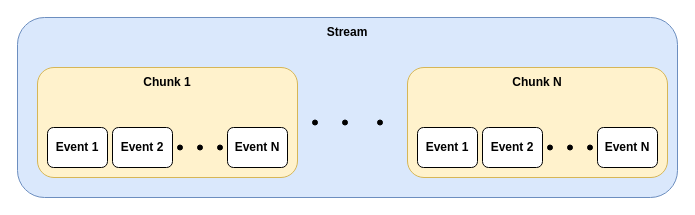
Above: images/event-chunk-stream.drawio in s4rd3d/diplomaterv (draw.io), before the change. Source tidied: cells renumbered, new cells numbered last; positions are measured from the earlier drawing's top-left corner, leaving out a move shared by most shapes. Both pictures are drawn from the tidied source at 100%, with x=0, y=0 at pixel (17, 17).
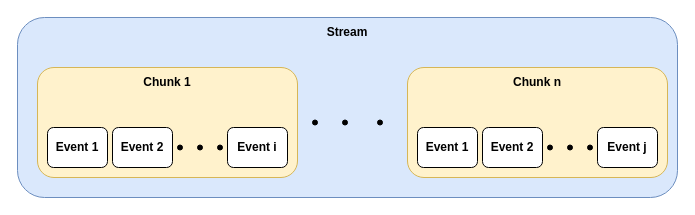
After the change.

The edit, as a diff of the source:
```diff
@@
-    <mxCell id="7" value="&lt;b&gt;Event N&lt;/b&gt;" style="rounded=1;whiteSpace=wrap;html=1;" parent="1" vertex="1">
+    <mxCell id="7" value="&lt;b&gt;Event i&lt;/b&gt;" style="rounded=1;whiteSpace=wrap;html=1;" parent="1" vertex="1">
       <mxGeometry x="210" y="110" width="60" height="40" as="geometry" />
     </mxCell>
@@
-    <mxCell id="15" value="&lt;b&gt;Event N&lt;/b&gt;" style="rounded=1;whiteSpace=wrap;html=1;" parent="1" vertex="1">
+    <mxCell id="15" value="&lt;b&gt;Event j&lt;/b&gt;" style="rounded=1;whiteSpace=wrap;html=1;" parent="1" vertex="1">
       <mxGeometry x="580" y="110" width="60" height="40" as="geometry" />
     </mxCell>
@@
-    <mxCell id="19" value="&lt;b&gt;Chunk N&lt;/b&gt;" style="text;html=1;strokeColor=none;fillColor=none;align=center;verticalAlign=middle;whiteSpace=wrap;rounded=0;" parent="1" vertex="1">
+    <mxCell id="19" value="&lt;b&gt;Chunk n&lt;/b&gt;" style="text;html=1;strokeColor=none;fillColor=none;align=center;verticalAlign=middle;whiteSpace=wrap;rounded=0;" parent="1" vertex="1">
       <mxGeometry x="490" y="50" width="60" height="30" as="geometry" />
     </mxCell>
```
